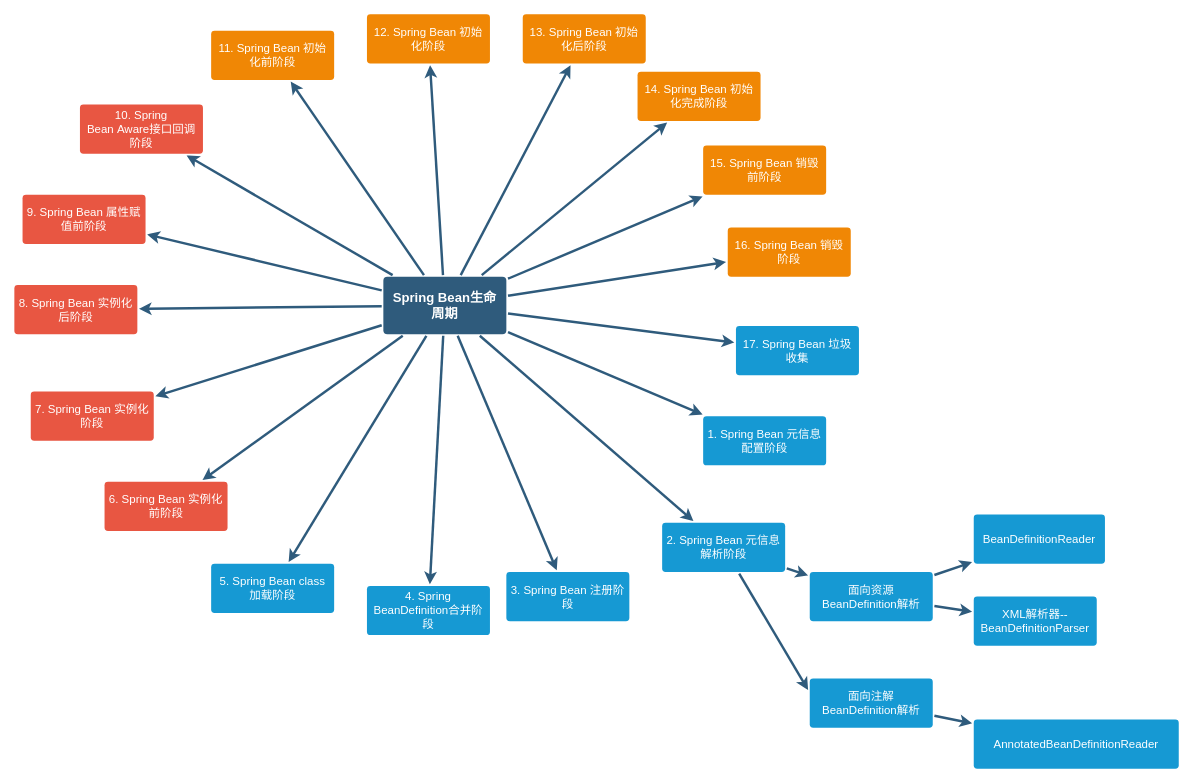
Earlier version of the draw.io diagram SpringBeanLifeCycle.drawio (alexanderGou/drawio). Source tidied: cells renumbered, new cells numbered last; positions are measured from the earlier drawing's top-left corner, leaving out a move shared by most shapes. Both pictures are drawn from the tidied source at 82%, with x=0, y=0 at pixel (14, 14).
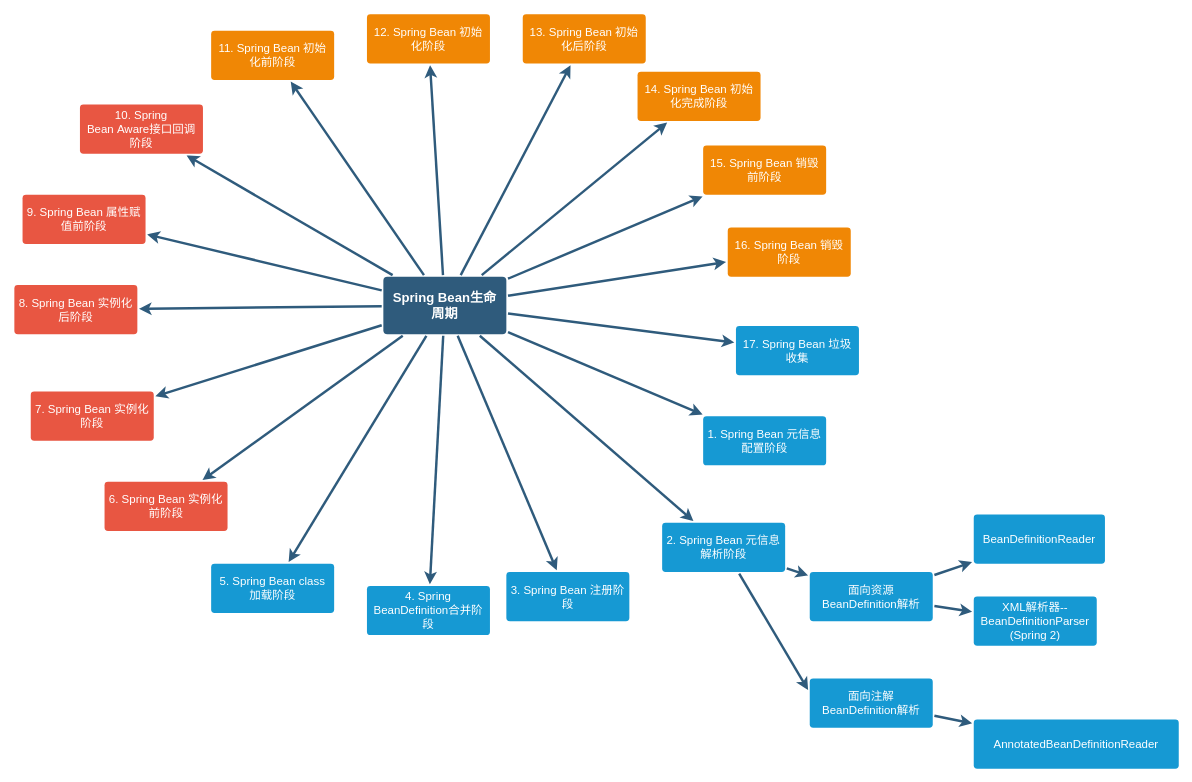
The same diagram, later.

The edit, as a diff of the source:
```diff
@@
-    <mxCell id="46" value="&lt;span style=&quot;font-weight: 400&quot;&gt;XML解析器--BeanDefinitionParser&lt;/span&gt;" style="rounded=1;whiteSpace=wrap;html=1;shadow=0;labelBackgroundColor=none;strokeColor=none;strokeWidth=3;fillColor=#1699d3;fontFamily=Helvetica;fontSize=14;fontColor=#FFFFFF;align=center;spacing=5;fontStyle=1;arcSize=7;perimeterSpacing=2;" parent="1" vertex="1">
+    <mxCell id="46" value="&lt;span style=&quot;font-weight: 400&quot;&gt;XML解析器--BeanDefinitionParser&lt;br&gt;(Spring 2)&lt;/span&gt;" style="rounded=1;whiteSpace=wrap;html=1;shadow=0;labelBackgroundColor=none;strokeColor=none;strokeWidth=3;fillColor=#1699d3;fontFamily=Helvetica;fontSize=14;fontColor=#FFFFFF;align=center;spacing=5;fontStyle=1;arcSize=7;perimeterSpacing=2;" parent="1" vertex="1">
       <mxGeometry x="1170" y="710" width="150" height="60" as="geometry" />
     </mxCell>
```
